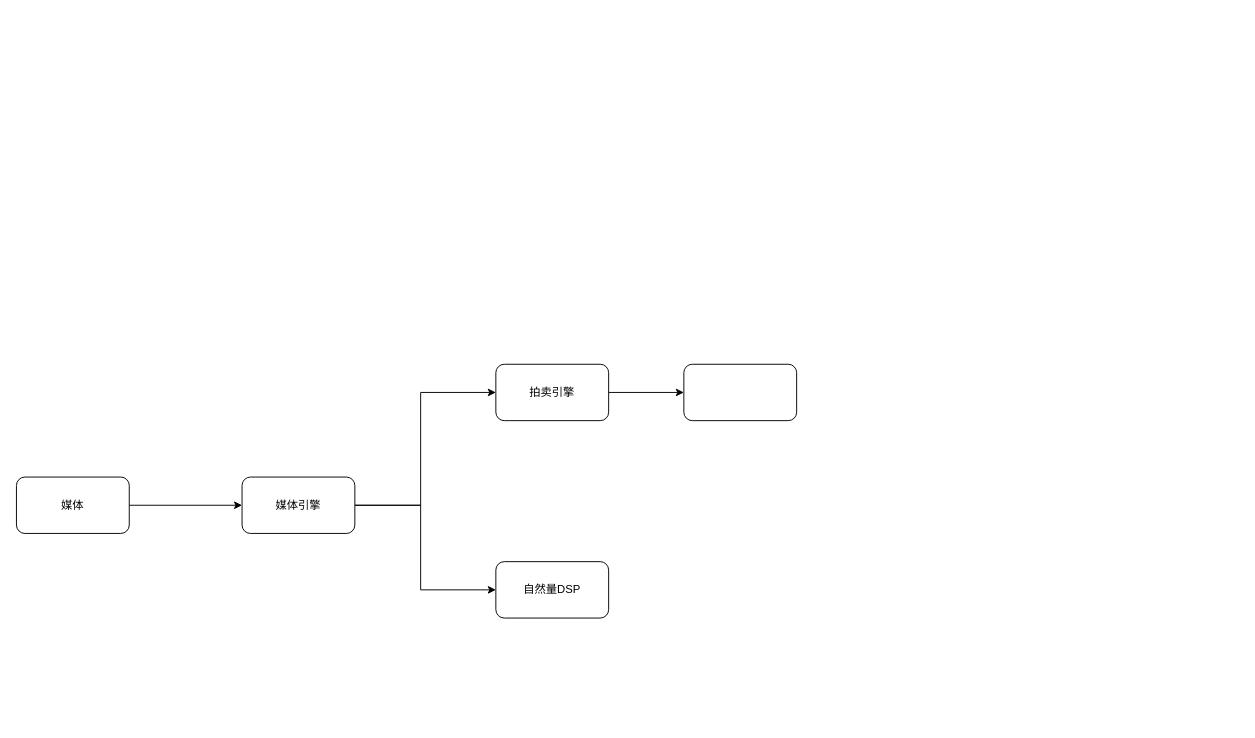
Above: 商业化.drawio in ETHAN0430/draw.io.repo (draw.io), before the change. Source tidied: cells renumbered, new cells numbered last; positions are measured from the earlier drawing's top-left corner, leaving out a move shared by most shapes. Both pictures are drawn from the tidied source at 94%, with x=0, y=0 at pixel (16, 364).
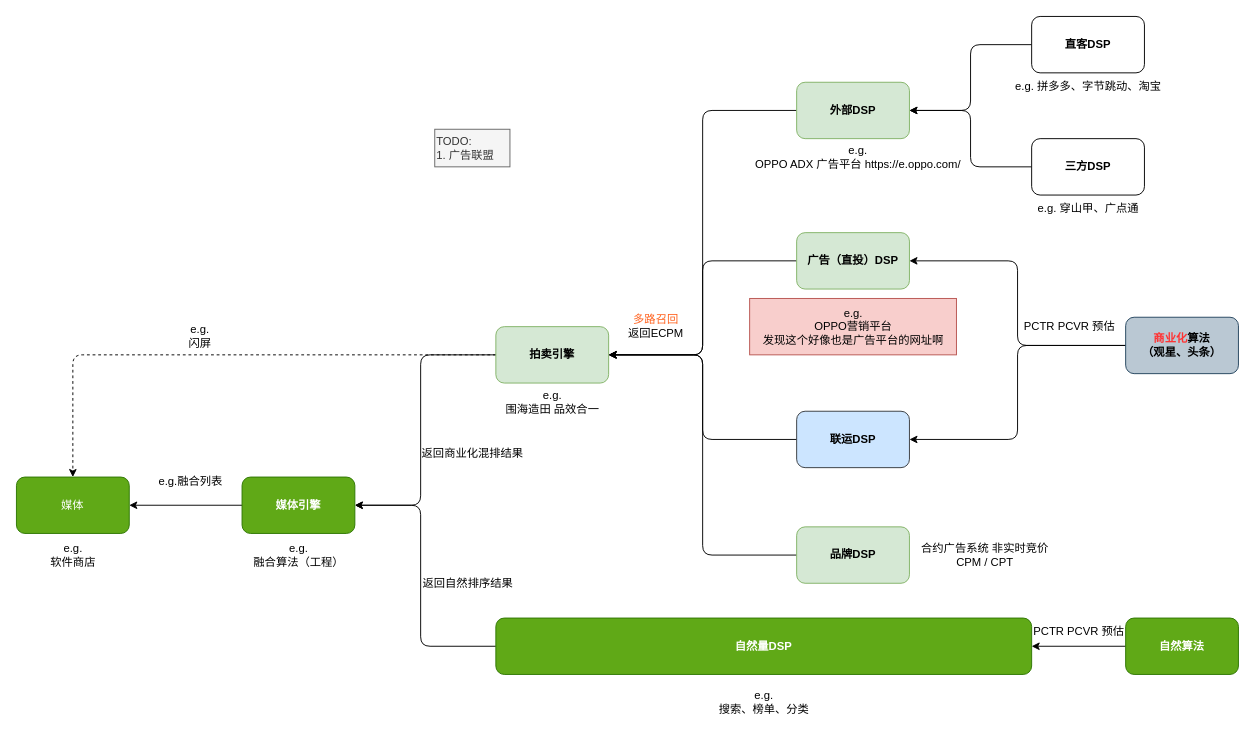
Above is the later version.

Commit message (it also covers changes not shown here):
更新商业化.drawio

What changed in the source:
```diff
@@
-    <mxCell id="2" style="edgeStyle=orthogonalEdgeStyle;rounded=0;jettySize=auto;html=1;entryX=0;entryY=0.5;entryDx=0;entryDy=0;" parent="1" edge="1" source="3" target="6">
+    <mxCell id="2" style="edgeStyle=orthogonalEdgeStyle;rounded=1;jettySize=auto;html=1;entryX=0;entryY=0.5;entryDx=0;entryDy=0;startArrow=classic;startFill=1;endArrow=none;endFill=0;" parent="1" edge="1" source="3" target="6">
       <mxGeometry relative="1" as="geometry" />
     </mxCell>
-    <mxCell id="3" value="媒体" style="rounded=1;whiteSpace=wrap;html=1;" parent="1" vertex="1">
+    <mxCell id="3" value="媒体" style="rounded=1;whiteSpace=wrap;html=1;fillColor=#60a917;strokeColor=#2D7600;fontColor=#ffffff;" parent="1" vertex="1">
       <mxGeometry y="120" width="120" height="60" as="geometry" />
     </mxCell>
-    <mxCell id="4" style="edgeStyle=orthogonalEdgeStyle;rounded=0;jettySize=auto;html=1;" parent="1" edge="1" source="6" target="8">
+    <mxCell id="4" style="edgeStyle=orthogonalEdgeStyle;rounded=1;jettySize=auto;html=1;endArrow=none;endFill=0;startArrow=classic;startFill=1;" parent="1" edge="1" source="6" target="8">
       <mxGeometry relative="1" as="geometry">
         <Array as="points">
           <mxPoint x="430" y="150" />
-          <mxPoint x="430" y="30" />
+          <mxPoint x="430" y="-10" />
         </Array>
       </mxGeometry>
     </mxCell>
-    <mxCell id="5" style="edgeStyle=orthogonalEdgeStyle;rounded=0;jettySize=auto;html=1;" parent="1" edge="1" source="6" target="9">
+    <mxCell id="5" style="edgeStyle=orthogonalEdgeStyle;rounded=1;jettySize=auto;html=1;startArrow=classic;startFill=1;endArrow=none;endFill=0;" parent="1" edge="1" source="6" target="9">
       <mxGeometry relative="1" as="geometry">
         <Array as="points">
           <mxPoint x="430" y="150" />
-          <mxPoint x="430" y="240" />
+          <mxPoint x="430" y="300" />
         </Array>
       </mxGeometry>
     </mxCell>
-    <mxCell id="6" value="媒体引擎" style="rounded=1;whiteSpace=wrap;html=1;" parent="1" vertex="1">
+    <mxCell id="6" value="媒体引擎" style="rounded=1;whiteSpace=wrap;html=1;fontStyle=1;fillColor=#60a917;strokeColor=#2D7600;fontColor=#ffffff;" parent="1" vertex="1">
       <mxGeometry x="240" y="120" width="120" height="60" as="geometry" />
     </mxCell>
-    <mxCell id="7" style="edgeStyle=orthogonalEdgeStyle;rounded=0;jettySize=auto;html=1;" parent="1" edge="1" source="8" target="10">
-      <mxGeometry relative="1" as="geometry" />
-    </mxCell>
+    <mxCell id="11" style="edgeStyle=orthogonalEdgeStyle;rounded=1;jettySize=auto;html=1;entryX=0.5;entryY=0;entryDx=0;entryDy=0;dashed=1;" parent="1" edge="1" source="8" target="3">
+      <mxGeometry relative="1" as="geometry" />
+    </mxCell>
-    <mxCell id="8" value="拍卖引擎" style="whiteSpace=wrap;html=1;rounded=1;" parent="1" vertex="1">
-      <mxGeometry x="510" width="120" height="60" as="geometry" />
+    <mxCell id="8" value="&lt;b&gt;拍卖引擎&lt;/b&gt;" style="whiteSpace=wrap;html=1;rounded=1;fillColor=#d5e8d4;strokeColor=#82b366;" parent="1" vertex="1">
+      <mxGeometry x="510" y="-40" width="120" height="60" as="geometry" />
     </mxCell>
-    <mxCell id="9" value="自然量DSP" style="rounded=1;whiteSpace=wrap;html=1;" parent="1" vertex="1">
-      <mxGeometry x="510" y="210" width="120" height="60" as="geometry" />
+    <mxCell id="9" value="自然量DSP" style="rounded=1;whiteSpace=wrap;html=1;fillColor=#60a917;strokeColor=#2D7600;fontColor=#ffffff;fontStyle=1;" parent="1" vertex="1">
+      <mxGeometry x="510" y="270" width="570" height="60" as="geometry" />
     </mxCell>
+    <mxCell id="12" style="edgeStyle=orthogonalEdgeStyle;rounded=1;jettySize=auto;html=1;entryX=1;entryY=0.5;entryDx=0;entryDy=0;curved=0;" parent="1" edge="1" source="10" target="8">
+      <mxGeometry relative="1" as="geometry" />
+    </mxCell>
-    <mxCell id="10" style="whiteSpace=wrap;html=1;rounded=1;" parent="1" vertex="1">
-      <mxGeometry x="710" width="120" height="60" as="geometry" />
+    <mxCell id="10" value="外部DSP" style="whiteSpace=wrap;html=1;rounded=1;fillColor=#d5e8d4;strokeColor=#82b366;fontStyle=1;" parent="1" vertex="1">
+      <mxGeometry x="830" y="-300" width="120" height="60" as="geometry" />
     </mxCell>
+    <mxCell id="13" style="edgeStyle=orthogonalEdgeStyle;rounded=1;jettySize=auto;html=1;entryX=1;entryY=0.5;entryDx=0;entryDy=0;" parent="1" edge="1" source="14" target="8">
+      <mxGeometry relative="1" as="geometry" />
+    </mxCell>
+    <mxCell id="14" value="品牌DSP" style="whiteSpace=wrap;html=1;rounded=1;fillColor=#d5e8d4;strokeColor=#82b366;fontStyle=1;" parent="1" vertex="1">
+      <mxGeometry x="830" y="173" width="120" height="60" as="geometry" />
+    </mxCell>
+    <mxCell id="15" style="edgeStyle=orthogonalEdgeStyle;rounded=1;jettySize=auto;html=1;entryX=1;entryY=0.5;entryDx=0;entryDy=0;curved=0;" parent="1" edge="1" source="16" target="8">
+      <mxGeometry relative="1" as="geometry" />
+    </mxCell>
+    <mxCell id="16" value="联运DSP" style="whiteSpace=wrap;html=1;rounded=1;fillColor=#cce5ff;strokeColor=#36393d;fontStyle=1;" parent="1" vertex="1">
+      <mxGeometry x="830" y="50" width="120" height="60" as="geometry" />
+    </mxCell>
+    <mxCell id="17" style="edgeStyle=orthogonalEdgeStyle;rounded=1;jettySize=auto;html=1;entryX=1;entryY=0.5;entryDx=0;entryDy=0;curved=0;" parent="1" edge="1" source="18" target="8">
+      <mxGeometry relative="1" as="geometry" />
+    </mxCell>
+    <mxCell id="18" value="广告（直投）DSP" style="whiteSpace=wrap;html=1;rounded=1;fillColor=#d5e8d4;strokeColor=#82b366;fontStyle=1;" parent="1" vertex="1">
+      <mxGeometry x="830" y="-140" width="120" height="60" as="geometry" />
+    </mxCell>
+    <mxCell id="19" style="edgeStyle=orthogonalEdgeStyle;rounded=1;jettySize=auto;html=1;entryX=1;entryY=0.5;entryDx=0;entryDy=0;" parent="1" edge="1" source="21" target="18">
+      <mxGeometry relative="1" as="geometry" />
+    </mxCell>
+    <mxCell id="20" style="edgeStyle=orthogonalEdgeStyle;rounded=1;jettySize=auto;html=1;entryX=1;entryY=0.5;entryDx=0;entryDy=0;" parent="1" edge="1" source="21" target="16">
+      <mxGeometry relative="1" as="geometry" />
+    </mxCell>
+    <mxCell id="21" value="&lt;font color=&quot;#ff3333&quot;&gt;商业化&lt;/font&gt;算法&lt;br&gt;（观星、头条）" style="whiteSpace=wrap;html=1;rounded=1;fillColor=#bac8d3;strokeColor=#23445d;fontStyle=1;" parent="1" vertex="1">
+      <mxGeometry x="1180" y="-50" width="120" height="60" as="geometry" />
+    </mxCell>
+    <mxCell id="22" style="edgeStyle=orthogonalEdgeStyle;rounded=1;jettySize=auto;html=1;entryX=1;entryY=0.5;entryDx=0;entryDy=0;" parent="1" edge="1" source="23" target="9">
+      <mxGeometry relative="1" as="geometry" />
+    </mxCell>
+    <mxCell id="23" value="自然算法" style="whiteSpace=wrap;html=1;rounded=1;fillColor=#60a917;strokeColor=#2D7600;fontColor=#ffffff;fontStyle=1;" parent="1" vertex="1">
+      <mxGeometry x="1180" y="270" width="120" height="60" as="geometry" />
+    </mxCell>
+    <mxCell id="24" value="e.g.&lt;br&gt;软件商店" style="text;html=1;align=center;verticalAlign=middle;strokeColor=none;fillColor=none;" parent="1" vertex="1">
+      <mxGeometry x="25" y="183" width="70" height="40" as="geometry" />
+    </mxCell>
+    <mxCell id="25" value="e.g.&lt;br&gt;融合算法（工程）" style="text;html=1;align=center;verticalAlign=middle;strokeColor=none;fillColor=none;" parent="1" vertex="1">
+      <mxGeometry x="240" y="183" width="120" height="40" as="geometry" />
+    </mxCell>
+    <mxCell id="26" value="e.g.融合列表" style="text;html=1;align=center;verticalAlign=middle;strokeColor=none;fillColor=none;" parent="1" vertex="1">
+      <mxGeometry x="140" y="110" width="90" height="30" as="geometry" />
+    </mxCell>
+    <mxCell id="27" value="e.g. &lt;br&gt;闪屏" style="text;html=1;align=center;verticalAlign=middle;strokeColor=none;fillColor=none;" parent="1" vertex="1">
+      <mxGeometry x="170" y="-50" width="50" height="40" as="geometry" />
+    </mxCell>
+    <mxCell id="28" value="e.g.&lt;br&gt;围海造田 品效合一" style="text;html=1;align=center;verticalAlign=middle;strokeColor=none;fillColor=none;" parent="1" vertex="1">
+      <mxGeometry x="510" y="20" width="120" height="40" as="geometry" />
+    </mxCell>
+    <mxCell id="29" value="&lt;font color=&quot;#ff601c&quot;&gt;多路召回&lt;/font&gt;&lt;br&gt;返回ECPM" style="text;html=1;align=center;verticalAlign=middle;strokeColor=none;fillColor=none;" parent="1" vertex="1">
+      <mxGeometry x="640" y="-60" width="80" height="40" as="geometry" />
+    </mxCell>
+    <mxCell id="30" value="PCTR PCVR 预估" style="text;html=1;align=center;verticalAlign=middle;strokeColor=none;fillColor=none;" parent="1" vertex="1">
+      <mxGeometry x="1060" y="-55" width="120" height="30" as="geometry" />
+    </mxCell>
+    <mxCell id="31" value="e.g.&lt;br&gt;OPPO营销平台 &lt;br&gt;发现这个好像也是广告平台的网址啊" style="text;html=1;align=center;verticalAlign=middle;strokeColor=#b85450;fillColor=#f8cecc;" parent="1" vertex="1">
+      <mxGeometry x="780" y="-70" width="220" height="60" as="geometry" />
+    </mxCell>
+    <mxCell id="32" value="e.g.&lt;br&gt;搜索、榜单、分类" style="text;html=1;align=center;verticalAlign=middle;strokeColor=none;fillColor=none;" parent="1" vertex="1">
+      <mxGeometry x="735" y="340" width="120" height="40" as="geometry" />
+    </mxCell>
+    <mxCell id="33" value="e.g.&lt;br&gt;OPPO ADX 广告平台 https://e.oppo.com/" style="text;html=1;align=center;verticalAlign=middle;strokeColor=none;fillColor=none;" parent="1" vertex="1">
+      <mxGeometry x="775" y="-240" width="240" height="40" as="geometry" />
+    </mxCell>
+    <mxCell id="34" value="合约广告系统 非实时竞价&lt;br&gt;CPM / CPT" style="text;html=1;align=center;verticalAlign=middle;strokeColor=none;fillColor=none;" parent="1" vertex="1">
+      <mxGeometry x="950" y="183" width="160" height="40" as="geometry" />
+    </mxCell>
+    <mxCell id="35" style="edgeStyle=orthogonalEdgeStyle;rounded=1;jettySize=auto;html=1;entryX=1;entryY=0.5;entryDx=0;entryDy=0;" parent="1" edge="1" source="36" target="10">
+      <mxGeometry relative="1" as="geometry" />
+    </mxCell>
+    <mxCell id="36" value="直客DSP" style="whiteSpace=wrap;html=1;rounded=1;fontStyle=1;" parent="1" vertex="1">
+      <mxGeometry x="1080" y="-370" width="120" height="60" as="geometry" />
+    </mxCell>
+    <mxCell id="37" style="edgeStyle=orthogonalEdgeStyle;rounded=1;jettySize=auto;html=1;entryX=1;entryY=0.5;entryDx=0;entryDy=0;" parent="1" edge="1" source="38" target="10">
+      <mxGeometry relative="1" as="geometry" />
+    </mxCell>
+    <mxCell id="38" value="三方DSP" style="whiteSpace=wrap;html=1;rounded=1;fontStyle=1;" parent="1" vertex="1">
+      <mxGeometry x="1080" y="-240" width="120" height="60" as="geometry" />
+    </mxCell>
+    <mxCell id="39" value="TODO:&lt;br&gt;1. 广告联盟" style="text;html=1;align=left;verticalAlign=middle;strokeColor=#666666;fillColor=#f5f5f5;fontColor=#333333;" parent="1" vertex="1">
+      <mxGeometry x="445" y="-250" width="80" height="40" as="geometry" />
+    </mxCell>
+    <mxCell id="40" value="e.g. 拼多多、字节跳动、淘宝" style="text;html=1;align=center;verticalAlign=middle;strokeColor=none;fillColor=none;" parent="1" vertex="1">
+      <mxGeometry x="1050" y="-310" width="180" height="30" as="geometry" />
+    </mxCell>
+    <mxCell id="41" value="e.g. 穿山甲、广点通" style="text;html=1;align=center;verticalAlign=middle;strokeColor=none;fillColor=none;" parent="1" vertex="1">
+      <mxGeometry x="1075" y="-180" width="130" height="30" as="geometry" />
+    </mxCell>
+    <mxCell id="42" value="PCTR PCVR 预估" style="text;html=1;align=center;verticalAlign=middle;strokeColor=none;fillColor=none;" parent="1" vertex="1">
+      <mxGeometry x="1070" y="270" width="120" height="30" as="geometry" />
+    </mxCell>
+    <mxCell id="43" value="返回自然排序结果" style="text;html=1;align=center;verticalAlign=middle;strokeColor=none;fillColor=none;" parent="1" vertex="1">
+      <mxGeometry x="420" y="218" width="120" height="30" as="geometry" />
+    </mxCell>
+    <mxCell id="44" value="返回商业化混排结果" style="text;html=1;align=center;verticalAlign=middle;strokeColor=none;fillColor=none;" parent="1" vertex="1">
+      <mxGeometry x="420" y="80" width="130" height="30" as="geometry" />
+    </mxCell>
```
